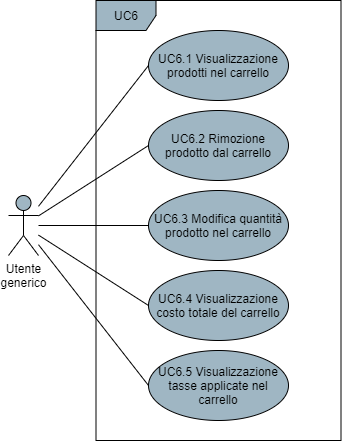
This is DocumentazioneEsterna/AnalisiDeiRequisiti/res/UseCase/Immagini/GestioneCarrello.png from Omicron-Team/Documentazione, a draw.io export, as it was before one commit. Source tidied: cells renumbered, new cells last; positions are measured from the earlier drawing's top-left corner, leaving out a move shared by most shapes.
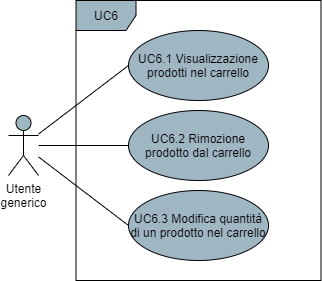
Later version of the same file.

What changed in the source:
```diff
@@ -11,17 +11,11 @@
     <mxCell id="4" style="edgeStyle=none;rounded=0;jettySize=auto;html=1;entryX=0;entryY=0.5;entryDx=0;entryDy=0;endArrow=none;endFill=0;" parent="1" edge="1" source="7" target="11">
       <mxGeometry relative="1" as="geometry" />
     </mxCell>
-    <mxCell id="5" style="edgeStyle=none;rounded=0;jettySize=auto;html=1;entryX=0;entryY=0.5;entryDx=0;entryDy=0;endArrow=none;endFill=0;" parent="1" edge="1" source="7" target="12">
-      <mxGeometry relative="1" as="geometry" />
-    </mxCell>
-    <mxCell id="6" style="edgeStyle=none;rounded=0;jettySize=auto;html=1;entryX=0;entryY=0.5;entryDx=0;entryDy=0;endArrow=none;endFill=0;" parent="1" edge="1" source="7" target="13">
-      <mxGeometry relative="1" as="geometry" />
-    </mxCell>
     <mxCell id="7" value="Utente&lt;br&gt;generico" style="shape=umlActor;verticalLabelPosition=bottom;verticalAlign=top;html=1;fillColor=#9FB6C3;" parent="1" vertex="1">
-      <mxGeometry y="195" width="30" height="60" as="geometry" />
+      <mxGeometry x="20" y="115" width="30" height="60" as="geometry" />
     </mxCell>
     <mxCell id="8" value="UC6" style="shape=umlFrame;whiteSpace=wrap;html=1;fillColor=#9FB6C3;" parent="1" vertex="1">
-      <mxGeometry x="87.5" width="245" height="440" as="geometry" />
+      <mxGeometry x="87.5" width="245" height="280" as="geometry" />
     </mxCell>
     <mxCell id="9" value="UC6.1 Visualizzazione prodotti nel carrello" style="ellipse;whiteSpace=wrap;html=1;fillColor=#9FB6C3;" parent="1" vertex="1">
       <mxGeometry x="140" y="30" width="140" height="70" as="geometry" />
@@ -29,14 +23,8 @@
     <mxCell id="10" value="UC6.2 Rimozione prodotto dal carrello" style="ellipse;whiteSpace=wrap;html=1;fillColor=#9FB6C3;" parent="1" vertex="1">
       <mxGeometry x="140" y="110" width="140" height="70" as="geometry" />
     </mxCell>
-    <mxCell id="11" value="UC6.3 Modifica quantità prodotto nel carrello" style="ellipse;whiteSpace=wrap;html=1;fillColor=#9FB6C3;" parent="1" vertex="1">
+    <mxCell id="11" value="UC6.3 Modifica quantità di un prodotto nel carrello" style="ellipse;whiteSpace=wrap;html=1;fillColor=#9FB6C3;" parent="1" vertex="1">
       <mxGeometry x="140" y="190" width="140" height="70" as="geometry" />
     </mxCell>
-    <mxCell id="12" value="UC6.4 Visualizzazione costo totale del carrello" style="ellipse;whiteSpace=wrap;html=1;fillColor=#9FB6C3;" parent="1" vertex="1">
-      <mxGeometry x="140" y="270" width="140" height="70" as="geometry" />
-    </mxCell>
-    <mxCell id="13" value="UC6.5 Visualizzazione tasse applicate nel carrello" style="ellipse;whiteSpace=wrap;html=1;fillColor=#9FB6C3;" parent="1" vertex="1">
-      <mxGeometry x="140" y="350" width="140" height="70" as="geometry" />
-    </mxCell>
   </root>
 </mxGraphModel>
```
